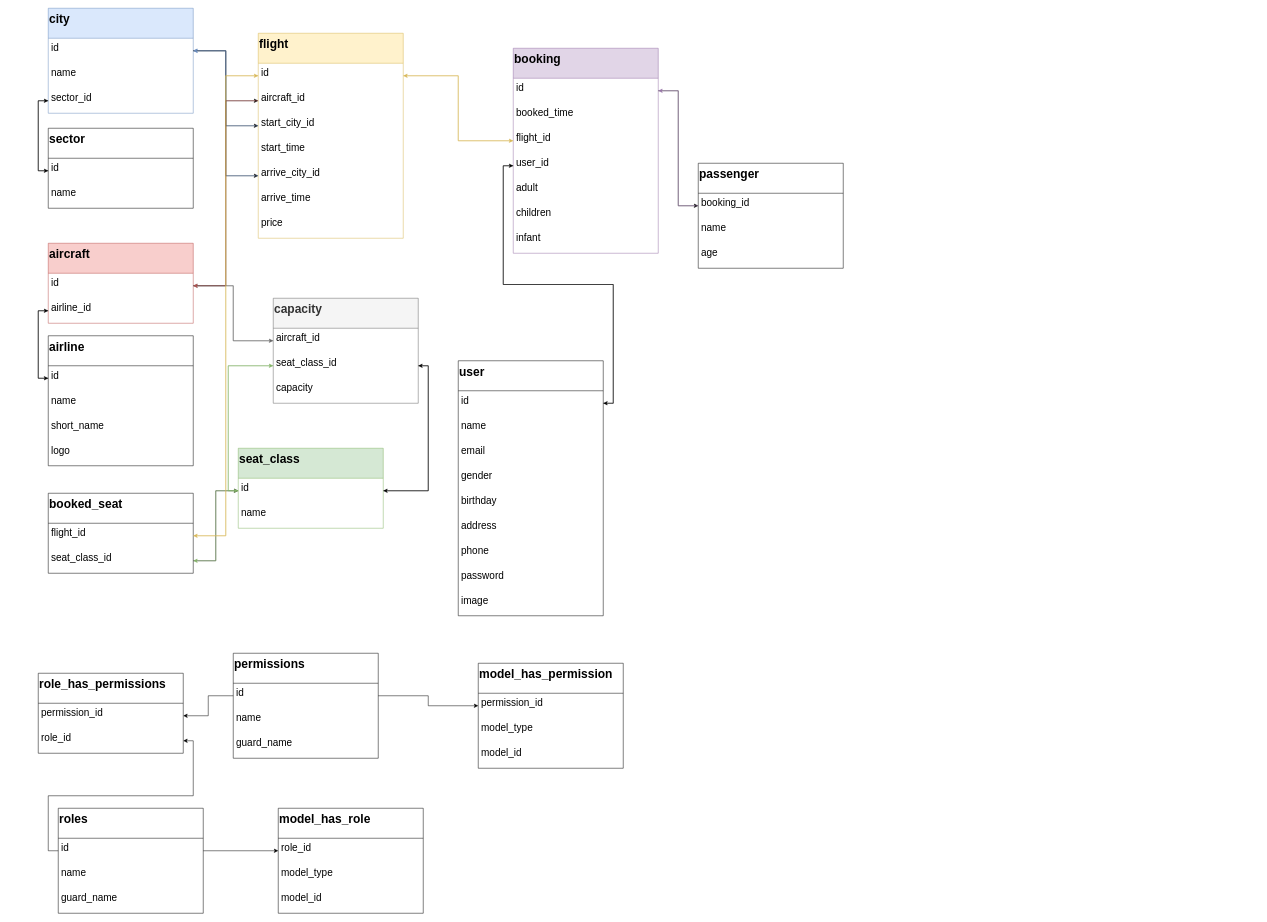
This is Untitled Diagram.drawio from trungkien4723/datvemaybay, a draw.io file, before an edit. Source tidied: cells renumbered, new cells numbered last; positions are measured from the earlier drawing's top-left corner, leaving out a move shared by most shapes. Both pictures are drawn from the tidied source at 50%, with x=0, y=0 at pixel (38, 8).
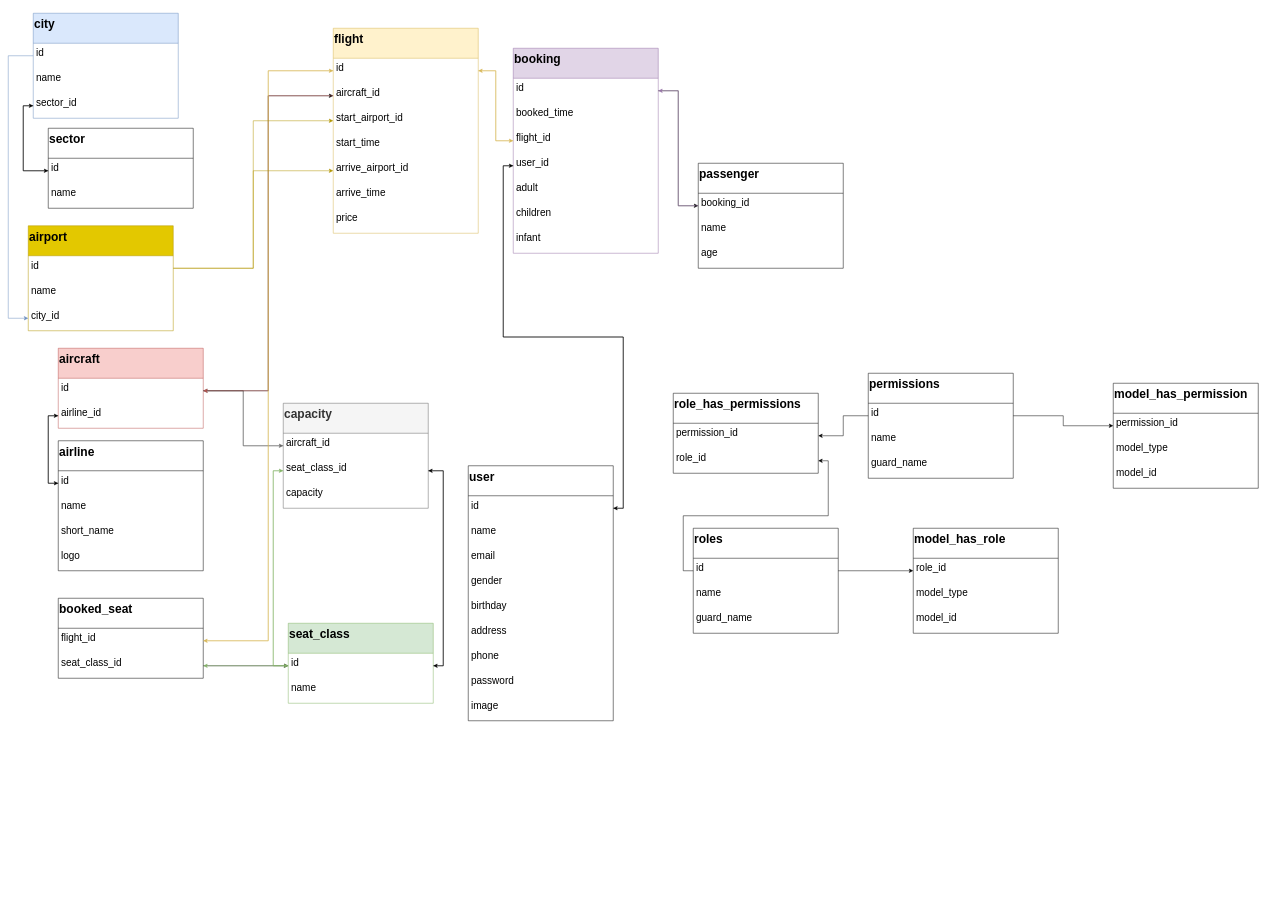
The same diagram, later.

The change refers to these unchanged cells:
```xml
<mxCell id="26" value="id" style="text;strokeColor=none;fillColor=none;align=left;verticalAlign=top;spacingLeft=4;spacingRight=4;overflow=hidden;points=[[0,0.5],[1,0.5]];portConstraint=eastwest;fontSize=20;" parent="25" vertex="1">
  <mxGeometry y="60" width="290" height="50" as="geometry" />
</mxCell>
```

Diff of the diagram source:
```diff
@@
     <mxCell id="2" value="aircraft" style="swimlane;fontStyle=1;horizontal=1;startSize=60;fontSize=24;strokeColor=#b85450;align=left;verticalAlign=top;fillColor=#f8cecc;" parent="1" vertex="1">
-      <mxGeometry x="20" y="470" width="290" height="160" as="geometry" />
+      <mxGeometry x="40" y="680" width="290" height="160" as="geometry" />
     </mxCell>
@@
     <mxCell id="5" value="airline" style="swimlane;fontStyle=1;horizontal=1;startSize=60;fontSize=24;strokeColor=#000000;align=left;verticalAlign=top;" parent="1" vertex="1">
-      <mxGeometry x="20" y="655" width="290" height="260" as="geometry" />
+      <mxGeometry x="40" y="865" width="290" height="260" as="geometry" />
     </mxCell>
@@
     <mxCell id="10" value="booked_seat" style="swimlane;fontStyle=1;horizontal=1;startSize=60;fontSize=24;strokeColor=#000000;align=left;verticalAlign=top;" parent="1" vertex="1">
-      <mxGeometry x="20" y="970" width="290" height="160" as="geometry" />
+      <mxGeometry x="40" y="1180" width="290" height="160" as="geometry" />
     </mxCell>
@@
     <mxCell id="21" value="capacity" style="swimlane;fontStyle=1;horizontal=1;startSize=60;fontSize=24;strokeColor=#666666;align=left;verticalAlign=top;fillColor=#f5f5f5;fontColor=#333333;" parent="1" vertex="1">
-      <mxGeometry x="470" y="580" width="290" height="210" as="geometry" />
+      <mxGeometry x="490" y="790" width="290" height="210" as="geometry" />
     </mxCell>
@@
     <mxCell id="25" value="city" style="swimlane;fontStyle=1;horizontal=1;startSize=60;fontSize=24;strokeColor=#6c8ebf;align=left;verticalAlign=top;fillColor=#dae8fc;" parent="1" vertex="1">
-      <mxGeometry x="20" width="290" height="210" as="geometry" />
+      <mxGeometry x="-10" y="10" width="290" height="210" as="geometry" />
     </mxCell>
@@
     <mxCell id="29" value="flight" style="swimlane;fontStyle=1;horizontal=1;startSize=60;fontSize=24;strokeColor=#d6b656;align=left;verticalAlign=top;fillColor=#fff2cc;" parent="1" vertex="1">
-      <mxGeometry x="440" y="50" width="290" height="410" as="geometry" />
+      <mxGeometry x="590" y="40" width="290" height="410" as="geometry" />
     </mxCell>
@@
-    <mxCell id="32" value="start_city_id" style="text;strokeColor=none;fillColor=none;align=left;verticalAlign=top;spacingLeft=4;spacingRight=4;overflow=hidden;points=[[0,0.5],[1,0.5]];portConstraint=eastwest;fontSize=20;" parent="29" vertex="1">
+    <mxCell id="32" value="start_airport_id" style="text;strokeColor=none;fillColor=none;align=left;verticalAlign=top;spacingLeft=4;spacingRight=4;overflow=hidden;points=[[0,0.5],[1,0.5]];portConstraint=eastwest;fontSize=20;" parent="29" vertex="1">
       <mxGeometry y="160" width="290" height="50" as="geometry" />
     </mxCell>
@@
-    <mxCell id="34" value="arrive_city_id" style="text;strokeColor=none;fillColor=none;align=left;verticalAlign=top;spacingLeft=4;spacingRight=4;overflow=hidden;points=[[0,0.5],[1,0.5]];portConstraint=eastwest;fontSize=20;" parent="29" vertex="1">
+    <mxCell id="34" value="arrive_airport_id" style="text;strokeColor=none;fillColor=none;align=left;verticalAlign=top;spacingLeft=4;spacingRight=4;overflow=hidden;points=[[0,0.5],[1,0.5]];portConstraint=eastwest;fontSize=20;" parent="29" vertex="1">
       <mxGeometry y="260" width="290" height="50" as="geometry" />
     </mxCell>
@@
     <mxCell id="37" value="model_has_permission" style="swimlane;fontStyle=1;horizontal=1;startSize=60;fontSize=24;strokeColor=#000000;align=left;verticalAlign=top;" parent="1" vertex="1">
-      <mxGeometry x="880" y="1310" width="290" height="210" as="geometry" />
+      <mxGeometry x="2150" y="750" width="290" height="210" as="geometry" />
     </mxCell>
@@
     <mxCell id="41" value="model_has_role" style="swimlane;fontStyle=1;horizontal=1;startSize=60;fontSize=24;strokeColor=#000000;align=left;verticalAlign=top;" parent="1" vertex="1">
-      <mxGeometry x="480" y="1600" width="290" height="210" as="geometry" />
+      <mxGeometry x="1750" y="1040" width="290" height="210" as="geometry" />
     </mxCell>
@@
     <mxCell id="49" value="roles" style="swimlane;fontStyle=1;horizontal=1;startSize=60;fontSize=24;strokeColor=#000000;align=left;verticalAlign=top;" parent="1" vertex="1">
-      <mxGeometry x="40" y="1600" width="290" height="210" as="geometry" />
+      <mxGeometry x="1310" y="1040" width="290" height="210" as="geometry" />
     </mxCell>
@@
     <mxCell id="53" value="role_has_permissions" style="swimlane;fontStyle=1;horizontal=1;startSize=60;fontSize=24;strokeColor=#000000;align=left;verticalAlign=top;" parent="1" vertex="1">
-      <mxGeometry y="1330" width="290" height="160" as="geometry" />
+      <mxGeometry x="1270" y="770" width="290" height="160" as="geometry" />
     </mxCell>
@@
     <mxCell id="56" value="seat_class" style="swimlane;fontStyle=1;horizontal=1;startSize=60;fontSize=24;strokeColor=#82b366;align=left;verticalAlign=top;fillColor=#d5e8d4;" parent="1" vertex="1">
-      <mxGeometry x="400" y="880" width="290" height="160" as="geometry" />
+      <mxGeometry x="500" y="1230" width="290" height="160" as="geometry" />
     </mxCell>
@@
     <mxCell id="62" value="user" style="swimlane;fontStyle=1;horizontal=1;startSize=60;fontSize=24;strokeColor=#000000;align=left;verticalAlign=top;" parent="1" vertex="1">
-      <mxGeometry x="840" y="705" width="290" height="510" as="geometry" />
+      <mxGeometry x="860" y="915" width="290" height="510" as="geometry" />
     </mxCell>
@@
     <mxCell id="73" value="permissions" style="swimlane;fontStyle=1;horizontal=1;startSize=60;fontSize=24;strokeColor=#000000;align=left;verticalAlign=top;" parent="1" vertex="1">
-      <mxGeometry x="390" y="1290" width="290" height="210" as="geometry" />
+      <mxGeometry x="1660" y="730" width="290" height="210" as="geometry" />
     </mxCell>
@@
-    <mxCell id="92" style="edgeStyle=orthogonalEdgeStyle;rounded=0;jettySize=auto;html=1;exitX=1;exitY=0.5;exitDx=0;exitDy=0;fontSize=20;" parent="1" edge="1" source="26" target="32">
-      <mxGeometry relative="1" as="geometry" />
-    </mxCell>
-    <mxCell id="93" style="edgeStyle=orthogonalEdgeStyle;rounded=0;jettySize=auto;html=1;exitX=0;exitY=0.5;exitDx=0;exitDy=0;entryX=1;entryY=0.5;entryDx=0;entryDy=0;fontSize=20;fillColor=#dae8fc;strokeColor=#6c8ebf;" parent="1" edge="1" source="32" target="26">
-      <mxGeometry relative="1" as="geometry" />
-    </mxCell>
-    <mxCell id="94" style="edgeStyle=orthogonalEdgeStyle;rounded=0;jettySize=auto;html=1;exitX=1;exitY=0.5;exitDx=0;exitDy=0;entryX=0;entryY=0.5;entryDx=0;entryDy=0;fontSize=20;" parent="1" edge="1" source="26" target="34">
-      <mxGeometry relative="1" as="geometry" />
-    </mxCell>
-    <mxCell id="95" style="edgeStyle=orthogonalEdgeStyle;rounded=0;jettySize=auto;html=1;exitX=0;exitY=0.5;exitDx=0;exitDy=0;entryX=1;entryY=0.5;entryDx=0;entryDy=0;fontSize=20;fillColor=#dae8fc;strokeColor=#6c8ebf;" parent="1" edge="1" source="34" target="26">
-      <mxGeometry relative="1" as="geometry" />
-    </mxCell>
@@
+    <mxCell id="106" value="airport" style="swimlane;fontStyle=1;horizontal=1;startSize=60;fontSize=24;strokeColor=#B09500;align=left;verticalAlign=top;fillColor=#e3c800;fontColor=#000000;" parent="1" vertex="1">
+      <mxGeometry x="-20" y="435" width="290" height="210" as="geometry" />
+    </mxCell>
+    <mxCell id="107" value="id" style="text;strokeColor=none;fillColor=none;align=left;verticalAlign=top;spacingLeft=4;spacingRight=4;overflow=hidden;points=[[0,0.5],[1,0.5]];portConstraint=eastwest;fontSize=20;" parent="106" vertex="1">
+      <mxGeometry y="60" width="290" height="50" as="geometry" />
+    </mxCell>
+    <mxCell id="108" value="name" style="text;strokeColor=none;fillColor=none;align=left;verticalAlign=top;spacingLeft=4;spacingRight=4;overflow=hidden;fontSize=20;" parent="106" vertex="1">
+      <mxGeometry y="110" width="290" height="50" as="geometry" />
+    </mxCell>
+    <mxCell id="109" value="city_id" style="text;strokeColor=none;fillColor=none;align=left;verticalAlign=top;spacingLeft=4;spacingRight=4;overflow=hidden;points=[[0,0.5],[1,0.5]];portConstraint=eastwest;fontSize=20;" parent="106" vertex="1">
+      <mxGeometry y="160" width="290" height="50" as="geometry" />
+    </mxCell>
+    <mxCell id="110" style="edgeStyle=orthogonalEdgeStyle;rounded=0;jettySize=auto;html=1;exitX=0;exitY=0.5;exitDx=0;exitDy=0;entryX=0;entryY=0.5;entryDx=0;entryDy=0;fillColor=#dae8fc;strokeColor=#6c8ebf;" parent="1" edge="1" source="26" target="109">
+      <mxGeometry relative="1" as="geometry">
+        <Array as="points">
+          <mxPoint x="-60" y="95" />
+          <mxPoint x="-60" y="620" />
+        </Array>
+      </mxGeometry>
+    </mxCell>
+    <mxCell id="111" style="edgeStyle=orthogonalEdgeStyle;rounded=0;jettySize=auto;html=1;exitX=1;exitY=0.5;exitDx=0;exitDy=0;entryX=0;entryY=0.5;entryDx=0;entryDy=0;fillColor=#e3c800;strokeColor=#B09500;" parent="1" edge="1" source="107" target="32">
+      <mxGeometry relative="1" as="geometry" />
+    </mxCell>
+    <mxCell id="112" style="edgeStyle=orthogonalEdgeStyle;rounded=0;jettySize=auto;html=1;exitX=1;exitY=0.5;exitDx=0;exitDy=0;entryX=0;entryY=0.5;entryDx=0;entryDy=0;fillColor=#e3c800;strokeColor=#B09500;" parent="1" edge="1" source="107" target="34">
+      <mxGeometry relative="1" as="geometry" />
+    </mxCell>
```
